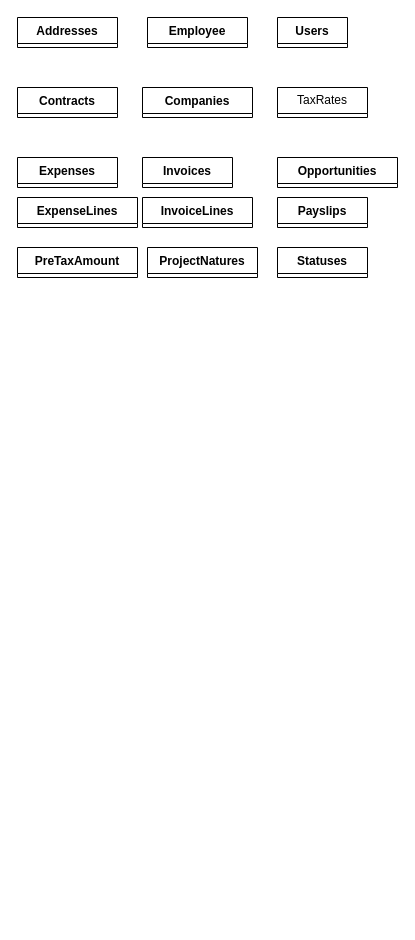
Earlier version of the draw.io diagram Diagramme sans nom.drawio (Eaulmesse/upit_erp_dev). Source tidied: cells renumbered, new cells numbered last; positions are measured from the earlier drawing's top-left corner, leaving out a move shared by most shapes. Both pictures are drawn from the tidied source at 100%, with x=0, y=0 at pixel (17, 17).
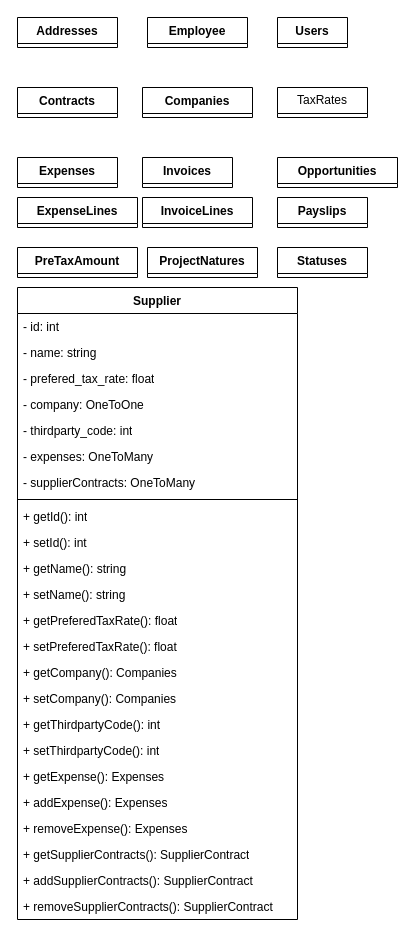
Above is the later version.

The edit, as a diff of the source:
```diff
@@
+    <mxCell id="17" value="Supplier" style="swimlane;fontStyle=1;align=center;verticalAlign=top;horizontal=1;startSize=26;whiteSpace=wrap;html=1;" parent="1" vertex="1">
+      <mxGeometry y="270" width="280" height="632" as="geometry" />
+    </mxCell>
+    <mxCell id="18" value="- id: int" style="text;strokeColor=none;fillColor=none;align=left;verticalAlign=top;spacingLeft=4;spacingRight=4;overflow=hidden;whiteSpace=wrap;html=1;" parent="17" vertex="1">
+      <mxGeometry y="26" width="280" height="26" as="geometry" />
+    </mxCell>
+    <mxCell id="19" value="- name: string" style="text;strokeColor=none;fillColor=none;align=left;verticalAlign=top;spacingLeft=4;spacingRight=4;overflow=hidden;whiteSpace=wrap;html=1;" parent="17" vertex="1">
+      <mxGeometry y="52" width="280" height="26" as="geometry" />
+    </mxCell>
+    <mxCell id="20" value="- prefered_tax_rate: float" style="text;strokeColor=none;fillColor=none;align=left;verticalAlign=top;spacingLeft=4;spacingRight=4;overflow=hidden;whiteSpace=wrap;html=1;" parent="17" vertex="1">
+      <mxGeometry y="78" width="280" height="26" as="geometry" />
+    </mxCell>
+    <mxCell id="21" value="- company: OneToOne" style="text;strokeColor=none;fillColor=none;align=left;verticalAlign=top;spacingLeft=4;spacingRight=4;overflow=hidden;whiteSpace=wrap;html=1;" parent="17" vertex="1">
+      <mxGeometry y="104" width="280" height="26" as="geometry" />
+    </mxCell>
+    <mxCell id="22" value="- thirdparty_code: int" style="text;strokeColor=none;fillColor=none;align=left;verticalAlign=top;spacingLeft=4;spacingRight=4;overflow=hidden;whiteSpace=wrap;html=1;" parent="17" vertex="1">
+      <mxGeometry y="130" width="280" height="26" as="geometry" />
+    </mxCell>
+    <mxCell id="23" value="- expenses: OneToMany" style="text;strokeColor=none;fillColor=none;align=left;verticalAlign=top;spacingLeft=4;spacingRight=4;overflow=hidden;whiteSpace=wrap;html=1;" parent="17" vertex="1">
+      <mxGeometry y="156" width="280" height="26" as="geometry" />
+    </mxCell>
+    <mxCell id="24" value="- supplierContracts: OneToMany" style="text;strokeColor=none;fillColor=none;align=left;verticalAlign=top;spacingLeft=4;spacingRight=4;overflow=hidden;whiteSpace=wrap;html=1;" parent="17" vertex="1">
+      <mxGeometry y="182" width="280" height="26" as="geometry" />
+    </mxCell>
+    <mxCell id="25" style="line;strokeWidth=1;fillColor=none;align=left;verticalAlign=middle;spacingTop=-1;spacingLeft=3;spacingRight=3;labelPosition=right;strokeColor=inherit;" parent="17" vertex="1">
+      <mxGeometry y="208" width="280" height="8" as="geometry" />
+    </mxCell>
+    <mxCell id="26" value="+&amp;nbsp;getId&lt;span style=&quot;background-color: initial;&quot;&gt;(): int&lt;/span&gt;" style="text;strokeColor=none;fillColor=none;align=left;verticalAlign=top;spacingLeft=4;spacingRight=4;overflow=hidden;whiteSpace=wrap;html=1;" parent="17" vertex="1">
+      <mxGeometry y="216" width="280" height="26" as="geometry" />
+    </mxCell>
+    <mxCell id="27" value="+ setId&lt;span style=&quot;background-color: initial;&quot;&gt;(): int&lt;/span&gt;" style="text;strokeColor=none;fillColor=none;align=left;verticalAlign=top;spacingLeft=4;spacingRight=4;overflow=hidden;whiteSpace=wrap;html=1;" parent="17" vertex="1">
+      <mxGeometry y="242" width="280" height="26" as="geometry" />
+    </mxCell>
+    <mxCell id="28" value="+&amp;nbsp;getName&lt;span style=&quot;background-color: initial;&quot;&gt;(): string&lt;/span&gt;" style="text;strokeColor=none;fillColor=none;align=left;verticalAlign=top;spacingLeft=4;spacingRight=4;overflow=hidden;whiteSpace=wrap;html=1;" parent="17" vertex="1">
+      <mxGeometry y="268" width="280" height="26" as="geometry" />
+    </mxCell>
+    <mxCell id="29" value="+ setName&lt;span style=&quot;background-color: initial;&quot;&gt;(): string&lt;/span&gt;" style="text;strokeColor=none;fillColor=none;align=left;verticalAlign=top;spacingLeft=4;spacingRight=4;overflow=hidden;whiteSpace=wrap;html=1;" parent="17" vertex="1">
+      <mxGeometry y="294" width="280" height="26" as="geometry" />
+    </mxCell>
+    <mxCell id="30" value="+&amp;nbsp;getPreferedTaxRate&lt;span style=&quot;background-color: initial;&quot;&gt;(): float&lt;/span&gt;" style="text;strokeColor=none;fillColor=none;align=left;verticalAlign=top;spacingLeft=4;spacingRight=4;overflow=hidden;whiteSpace=wrap;html=1;" parent="17" vertex="1">
+      <mxGeometry y="320" width="280" height="26" as="geometry" />
+    </mxCell>
+    <mxCell id="31" value="+ setPreferedTaxRate&lt;span style=&quot;background-color: initial;&quot;&gt;(): float&lt;/span&gt;" style="text;strokeColor=none;fillColor=none;align=left;verticalAlign=top;spacingLeft=4;spacingRight=4;overflow=hidden;whiteSpace=wrap;html=1;" parent="17" vertex="1">
+      <mxGeometry y="346" width="280" height="26" as="geometry" />
+    </mxCell>
+    <mxCell id="32" value="+&amp;nbsp;getCompany&lt;span style=&quot;background-color: initial;&quot;&gt;(): Companies&lt;/span&gt;" style="text;strokeColor=none;fillColor=none;align=left;verticalAlign=top;spacingLeft=4;spacingRight=4;overflow=hidden;whiteSpace=wrap;html=1;" parent="17" vertex="1">
+      <mxGeometry y="372" width="280" height="26" as="geometry" />
+    </mxCell>
+    <mxCell id="33" value="+ setCompany&lt;span style=&quot;background-color: initial;&quot;&gt;(): Companies&lt;/span&gt;" style="text;strokeColor=none;fillColor=none;align=left;verticalAlign=top;spacingLeft=4;spacingRight=4;overflow=hidden;whiteSpace=wrap;html=1;" parent="17" vertex="1">
+      <mxGeometry y="398" width="280" height="26" as="geometry" />
+    </mxCell>
+    <mxCell id="34" value="+&amp;nbsp;getThirdpartyCode&lt;span style=&quot;background-color: initial;&quot;&gt;(): int&lt;/span&gt;" style="text;strokeColor=none;fillColor=none;align=left;verticalAlign=top;spacingLeft=4;spacingRight=4;overflow=hidden;whiteSpace=wrap;html=1;" parent="17" vertex="1">
+      <mxGeometry y="424" width="280" height="26" as="geometry" />
+    </mxCell>
+    <mxCell id="35" value="+ setThirdpartyCode&lt;span style=&quot;background-color: initial;&quot;&gt;(): int&lt;/span&gt;" style="text;strokeColor=none;fillColor=none;align=left;verticalAlign=top;spacingLeft=4;spacingRight=4;overflow=hidden;whiteSpace=wrap;html=1;" parent="17" vertex="1">
+      <mxGeometry y="450" width="280" height="26" as="geometry" />
+    </mxCell>
+    <mxCell id="36" value="+ getExpense&lt;span style=&quot;background-color: initial;&quot;&gt;(): Expenses&lt;/span&gt;" style="text;strokeColor=none;fillColor=none;align=left;verticalAlign=top;spacingLeft=4;spacingRight=4;overflow=hidden;whiteSpace=wrap;html=1;" parent="17" vertex="1">
+      <mxGeometry y="476" width="280" height="26" as="geometry" />
+    </mxCell>
+    <mxCell id="37" value="+ addExpense&lt;span style=&quot;background-color: initial;&quot;&gt;(): Expenses&lt;/span&gt;" style="text;strokeColor=none;fillColor=none;align=left;verticalAlign=top;spacingLeft=4;spacingRight=4;overflow=hidden;whiteSpace=wrap;html=1;" parent="17" vertex="1">
+      <mxGeometry y="502" width="280" height="26" as="geometry" />
+    </mxCell>
+    <mxCell id="38" value="+ removeExpense&lt;span style=&quot;background-color: initial;&quot;&gt;(): Expenses&lt;/span&gt;" style="text;strokeColor=none;fillColor=none;align=left;verticalAlign=top;spacingLeft=4;spacingRight=4;overflow=hidden;whiteSpace=wrap;html=1;" parent="17" vertex="1">
+      <mxGeometry y="528" width="280" height="26" as="geometry" />
+    </mxCell>
+    <mxCell id="39" value="+&amp;nbsp;getSupplierContracts&lt;span style=&quot;background-color: initial;&quot;&gt;():&amp;nbsp;&lt;/span&gt;SupplierContract" style="text;strokeColor=none;fillColor=none;align=left;verticalAlign=top;spacingLeft=4;spacingRight=4;overflow=hidden;whiteSpace=wrap;html=1;" parent="17" vertex="1">
+      <mxGeometry y="554" width="280" height="26" as="geometry" />
+    </mxCell>
+    <mxCell id="40" value="+ addSupplierContracts&lt;span style=&quot;background-color: initial;&quot;&gt;():&amp;nbsp;&lt;/span&gt;SupplierContract" style="text;strokeColor=none;fillColor=none;align=left;verticalAlign=top;spacingLeft=4;spacingRight=4;overflow=hidden;whiteSpace=wrap;html=1;" parent="17" vertex="1">
+      <mxGeometry y="580" width="280" height="26" as="geometry" />
+    </mxCell>
+    <mxCell id="41" value="+ removeSupplierContracts&lt;span style=&quot;background-color: initial;&quot;&gt;():&amp;nbsp;&lt;/span&gt;SupplierContract" style="text;strokeColor=none;fillColor=none;align=left;verticalAlign=top;spacingLeft=4;spacingRight=4;overflow=hidden;whiteSpace=wrap;html=1;" parent="17" vertex="1">
+      <mxGeometry y="606" width="280" height="26" as="geometry" />
+    </mxCell>
```
